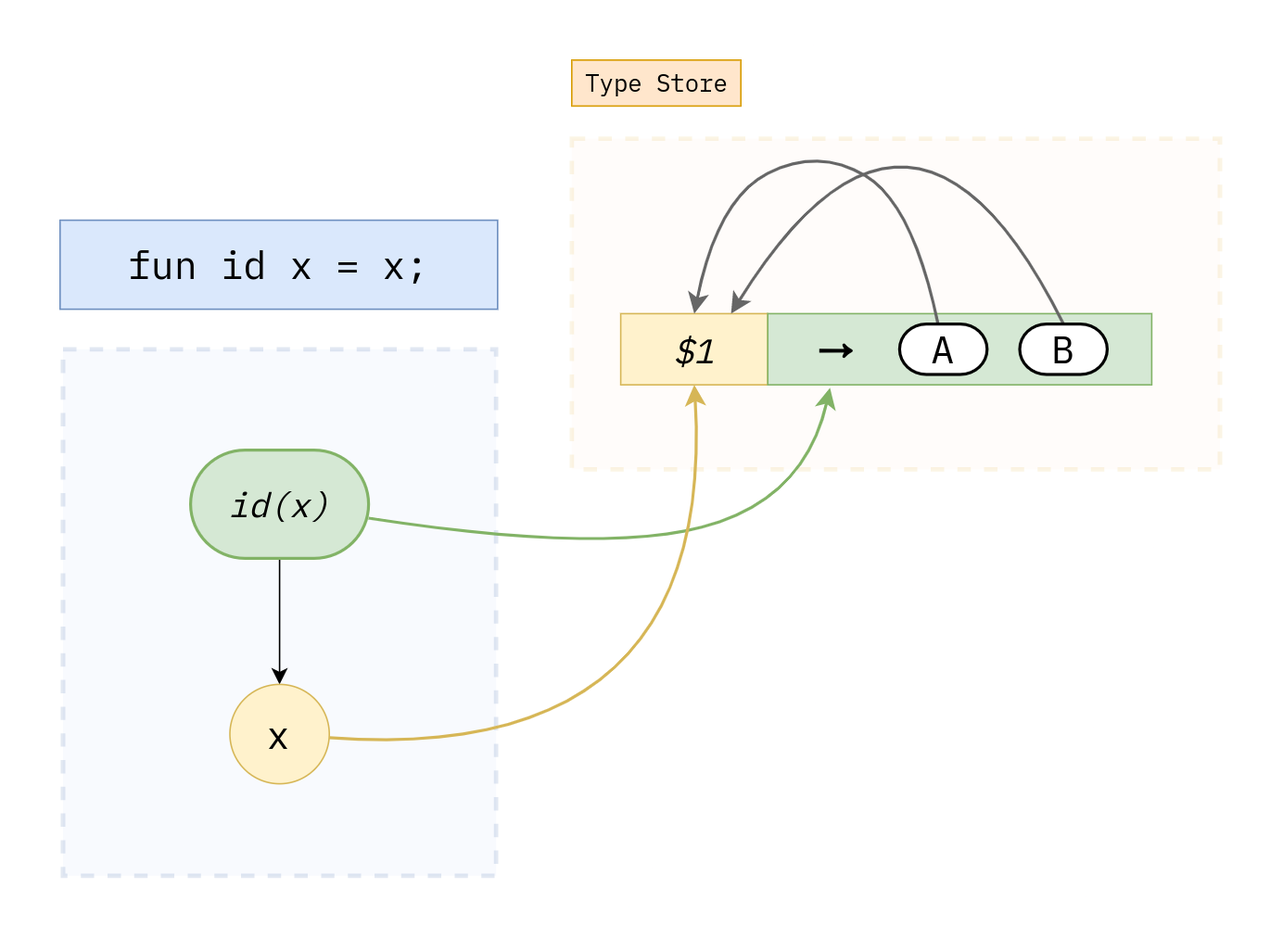
The draw.io diagram type_store.png in otakubeam/etude-course-media, before a commit. Source tidied: cells renumbered, new cells last; positions are measured from the earlier drawing's top-left corner, leaving out a move shared by most shapes.
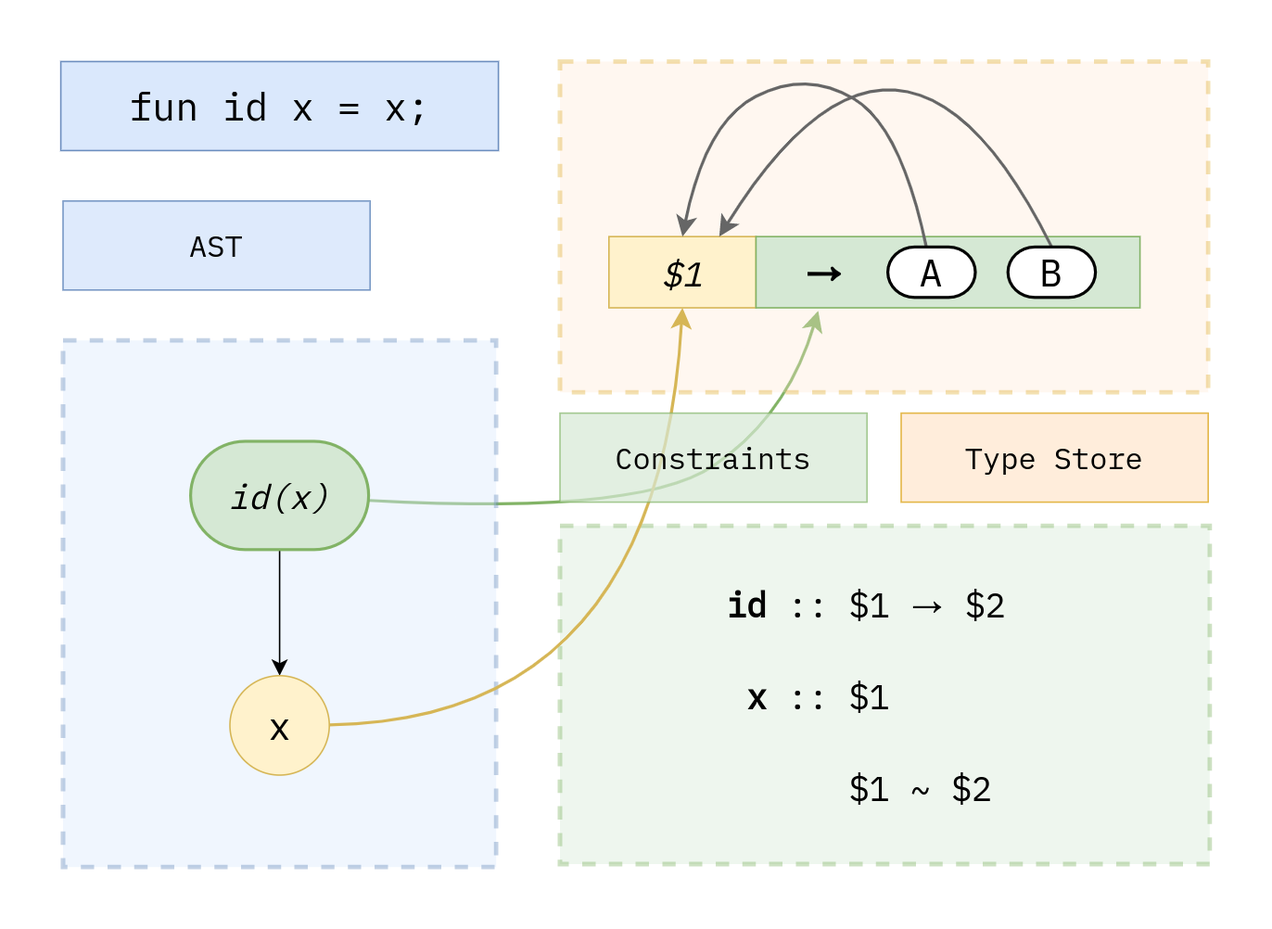
After the change.

The edit, as a diff of the source:
```diff
@@ -2,30 +2,33 @@
   <root>
     <mxCell id="0" />
     <mxCell id="1" parent="0" />
+    <mxCell id="5" style="edgeStyle=none;curved=1;rounded=0;jettySize=auto;html=1;fontFamily=IBM Plex Mono;fontSource=https%3A%2F%2Ffonts.googleapis.com%2Fcss%3Ffamily%3DIBM%2BPlex%2BMono;fontSize=26;startSize=8;endSize=8;entryX=0.162;entryY=1.042;entryDx=0;entryDy=0;entryPerimeter=0;fillColor=#d5e8d4;strokeColor=#82b366;strokeWidth=2;" parent="1" edge="1" source="6" target="11">
+      <mxGeometry relative="1" as="geometry">
+        <Array as="points">
+          <mxPoint x="391" y="339" />
+          <mxPoint x="490" y="272" />
+        </Array>
+      </mxGeometry>
+    </mxCell>
+    <mxCell id="18" value="&lt;font style=&quot;font-size: 23px;&quot;&gt;&lt;b&gt;&amp;nbsp; &amp;nbsp; &amp;nbsp; &amp;nbsp; id&lt;/b&gt; :: $1 → $2&lt;br&gt;&lt;br&gt;&lt;b&gt;&amp;nbsp; &amp;nbsp; &amp;nbsp; &amp;nbsp; &amp;nbsp;x&amp;nbsp;&lt;/b&gt;:: $1&lt;br&gt;&lt;br&gt;&amp;nbsp; &amp;nbsp; &amp;nbsp; &amp;nbsp; &amp;nbsp; &amp;nbsp; &amp;nbsp; $1 ~ $2&lt;/font&gt;" style="rounded=0;whiteSpace=wrap;html=1;strokeColor=#82b366;fontFamily=IBM Plex Mono;fontSource=https%3A%2F%2Ffonts.googleapis.com%2Fcss%3Ffamily%3DIBM%2BPlex%2BMono;fontSize=26;fillColor=#d5e8d4;dashed=1;strokeWidth=3;opacity=40;align=left;" parent="1" vertex="1">
+      <mxGeometry x="337" y="346" width="438" height="228" as="geometry" />
+    </mxCell>
-    <mxCell id="2" style="rounded=0;whiteSpace=wrap;html=1;strokeColor=#d79b00;fontFamily=IBM Plex Mono;fontSource=https%3A%2F%2Ffonts.googleapis.com%2Fcss%3Ffamily%3DIBM%2BPlex%2BMono;fontSize=26;fillColor=#ffe6cc;dashed=1;strokeWidth=3;opacity=10;gradientColor=none;gradientDirection=north;" parent="1" vertex="1">
-      <mxGeometry x="345" y="79" width="437" height="223" as="geometry" />
+    <mxCell id="2" style="rounded=0;whiteSpace=wrap;html=1;strokeColor=#d79b00;fontFamily=IBM Plex Mono;fontSource=https%3A%2F%2Ffonts.googleapis.com%2Fcss%3Ffamily%3DIBM%2BPlex%2BMono;fontSize=26;fillColor=#ffe6cc;dashed=1;strokeWidth=3;opacity=30;gradientColor=none;gradientDirection=north;" parent="1" vertex="1">
+      <mxGeometry x="337" y="33" width="437" height="223" as="geometry" />
     </mxCell>
-    <mxCell id="3" style="rounded=0;whiteSpace=wrap;html=1;strokeColor=#6c8ebf;fontFamily=IBM Plex Mono;fontSource=https%3A%2F%2Ffonts.googleapis.com%2Fcss%3Ffamily%3DIBM%2BPlex%2BMono;fontSize=26;fillColor=#dae8fc;dashed=1;strokeWidth=3;opacity=20;" parent="1" vertex="1">
+    <mxCell id="3" style="rounded=0;whiteSpace=wrap;html=1;strokeColor=#6c8ebf;fontFamily=IBM Plex Mono;fontSource=https%3A%2F%2Ffonts.googleapis.com%2Fcss%3Ffamily%3DIBM%2BPlex%2BMono;fontSize=26;fillColor=#dae8fc;dashed=1;strokeWidth=3;opacity=40;" parent="1" vertex="1">
       <mxGeometry x="2" y="221" width="292" height="355" as="geometry" />
     </mxCell>
     <mxCell id="4" style="edgeStyle=none;curved=1;rounded=0;jettySize=auto;html=1;entryX=0.5;entryY=0;entryDx=0;entryDy=0;fontFamily=IBM Plex Mono;fontSource=https%3A%2F%2Ffonts.googleapis.com%2Fcss%3Ffamily%3DIBM%2BPlex%2BMono;fontSize=23;startSize=8;endSize=8;" parent="1" edge="1" source="6" target="8">
       <mxGeometry relative="1" as="geometry" />
     </mxCell>
-    <mxCell id="5" style="edgeStyle=none;curved=1;rounded=0;jettySize=auto;html=1;fontFamily=IBM Plex Mono;fontSource=https%3A%2F%2Ffonts.googleapis.com%2Fcss%3Ffamily%3DIBM%2BPlex%2BMono;fontSize=26;startSize=8;endSize=8;entryX=0.162;entryY=1.042;entryDx=0;entryDy=0;entryPerimeter=0;fillColor=#d5e8d4;strokeColor=#82b366;strokeWidth=2;" parent="1" edge="1" source="6" target="11">
-      <mxGeometry relative="1" as="geometry">
-        <Array as="points">
-          <mxPoint x="363" y="359" />
-          <mxPoint x="502" y="323" />
-        </Array>
-      </mxGeometry>
-    </mxCell>
     <mxCell id="6" value="&lt;font style=&quot;font-size: 23px;&quot; face=&quot;IBM Plex Mono&quot;&gt;&lt;i style=&quot;&quot;&gt;id(x)&lt;/i&gt;&lt;/font&gt;" style="strokeWidth=2;html=1;shape=mxgraph.flowchart.terminator;whiteSpace=wrap;fontSize=16;fillColor=#d5e8d4;strokeColor=#82b366;" parent="1" vertex="1">
       <mxGeometry x="88" y="289" width="120" height="73" as="geometry" />
     </mxCell>
     <mxCell id="7" style="edgeStyle=none;curved=1;rounded=0;jettySize=auto;html=1;entryX=0.5;entryY=1;entryDx=0;entryDy=0;fontFamily=IBM Plex Mono;fontSource=https%3A%2F%2Ffonts.googleapis.com%2Fcss%3Ffamily%3DIBM%2BPlex%2BMono;fontSize=26;startSize=8;endSize=8;fillColor=#fff2cc;strokeColor=#d6b656;strokeWidth=2;" parent="1" edge="1" source="8" target="10">
       <mxGeometry relative="1" as="geometry">
         <Array as="points">
-          <mxPoint x="443" y="502" />
+          <mxPoint x="403" y="477" />
         </Array>
       </mxGeometry>
     </mxCell>
@@ -33,7 +36,7 @@
       <mxGeometry x="114.5" y="447" width="67" height="67" as="geometry" />
     </mxCell>
     <mxCell id="9" style="group;fillColor=none;" parent="1" vertex="1">
-      <mxGeometry x="378" y="197" width="396" height="56" as="geometry" />
+      <mxGeometry x="370" y="151" width="396" height="56" as="geometry" />
     </mxCell>
     <mxCell id="10" value="&lt;font style=&quot;font-size: 23px;&quot;&gt;&lt;i&gt;$1&lt;/i&gt;&lt;/font&gt;" style="rounded=0;whiteSpace=wrap;html=1;fontFamily=IBM Plex Mono;fontSource=https%3A%2F%2Ffonts.googleapis.com%2Fcss%3Ffamily%3DIBM%2BPlex%2BMono;fontSize=26;fillColor=#fff2cc;strokeColor=#d6b656;" parent="9" vertex="1">
       <mxGeometry width="99.2" height="48" as="geometry" />
@@ -63,11 +66,17 @@
     <mxCell id="15" value="B" style="strokeWidth=2;html=1;shape=mxgraph.flowchart.terminator;whiteSpace=wrap;fontFamily=IBM Plex Mono;fontSource=https%3A%2F%2Ffonts.googleapis.com%2Fcss%3Ffamily%3DIBM%2BPlex%2BMono;fontSize=26;" parent="9" vertex="1">
       <mxGeometry x="269" y="7" width="59" height="34" as="geometry" />
     </mxCell>
+    <mxCell id="17" value="fun id x = x;" style="rounded=0;whiteSpace=wrap;html=1;strokeColor=#6c8ebf;strokeWidth=1;fontFamily=IBM Plex Mono;fontSource=https%3A%2F%2Ffonts.googleapis.com%2Fcss%3Ffamily%3DIBM%2BPlex%2BMono;fontSize=26;fillColor=#dae8fc;" parent="1" vertex="1">
+      <mxGeometry x="0.5" y="33" width="295" height="60" as="geometry" />
+    </mxCell>
-    <mxCell id="16" value="Type Store" style="text;html=1;align=center;verticalAlign=middle;strokeColor=#d79b00;fillColor=#ffe6cc;fontSize=16;fontFamily=IBM Plex Mono;" parent="1" vertex="1">
-      <mxGeometry x="345" y="26" width="114" height="31" as="geometry" />
+    <mxCell id="16" value="Type Store" style="rounded=0;whiteSpace=wrap;html=1;shadow=0;glass=0;sketch=0;strokeColor=#d79b00;strokeWidth=1;fontFamily=IBM Plex Mono;fontSource=https%3A%2F%2Ffonts.googleapis.com%2Fcss%3Ffamily%3DIBM%2BPlex%2BMono;fontSize=20;fillColor=#ffe6cc;gradientDirection=north;opacity=70;" parent="1" vertex="1">
+      <mxGeometry x="567" y="270" width="207" height="60" as="geometry" />
     </mxCell>
-    <mxCell id="17" value="fun id x = x;" style="rounded=0;whiteSpace=wrap;html=1;strokeColor=#6c8ebf;strokeWidth=1;fontFamily=IBM Plex Mono;fontSource=https%3A%2F%2Ffonts.googleapis.com%2Fcss%3Ffamily%3DIBM%2BPlex%2BMono;fontSize=26;fillColor=#dae8fc;" parent="1" vertex="1">
-      <mxGeometry y="134" width="295" height="60" as="geometry" />
-    </mxCell>
+    <mxCell id="19" value="AST" style="rounded=0;whiteSpace=wrap;html=1;shadow=0;glass=0;sketch=0;strokeColor=#6c8ebf;strokeWidth=1;fontFamily=IBM Plex Mono;fontSource=https%3A%2F%2Ffonts.googleapis.com%2Fcss%3Ffamily%3DIBM%2BPlex%2BMono;fontSize=20;fillColor=#dae8fc;gradientDirection=north;opacity=90;" parent="1" vertex="1">
+      <mxGeometry x="2" y="127" width="207" height="60" as="geometry" />
+    </mxCell>
+    <mxCell id="20" value="Constraints" style="rounded=0;whiteSpace=wrap;html=1;shadow=0;glass=0;sketch=0;strokeColor=#82b366;strokeWidth=1;fontFamily=IBM Plex Mono;fontSource=https%3A%2F%2Ffonts.googleapis.com%2Fcss%3Ffamily%3DIBM%2BPlex%2BMono;fontSize=20;fillColor=#d5e8d4;gradientDirection=north;opacity=70;" parent="1" vertex="1">
+      <mxGeometry x="337" y="270" width="207" height="60" as="geometry" />
+    </mxCell>
   </root>
 </mxGraphModel>
```
